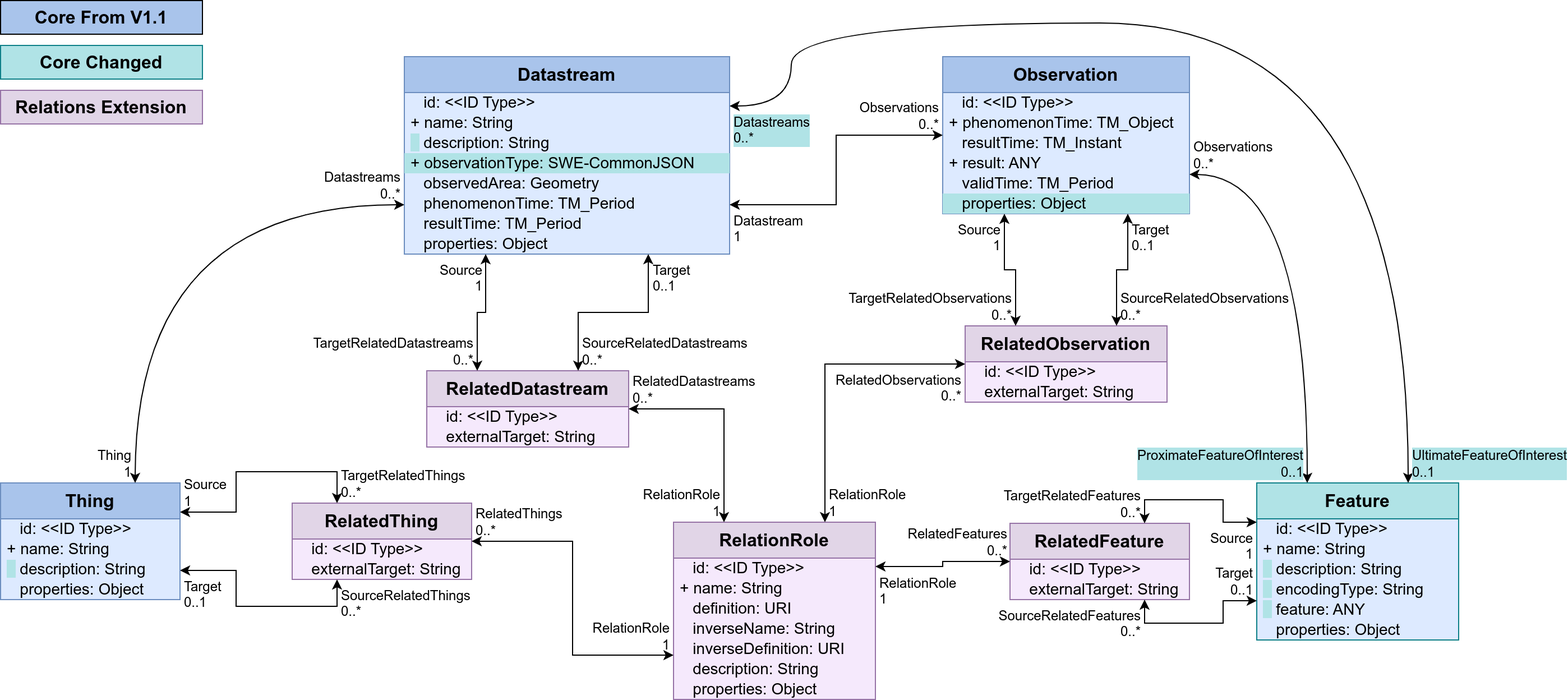
Earlier version of the draw.io export figures/Datamodel-SensorThingsApi-V2-proposal-1-Relations.drawio.png (opengeospatial/sensorthings). Source tidied: cells renumbered, new cells last; positions are measured from the earlier drawing's top-left corner, leaving out a move shared by most shapes.
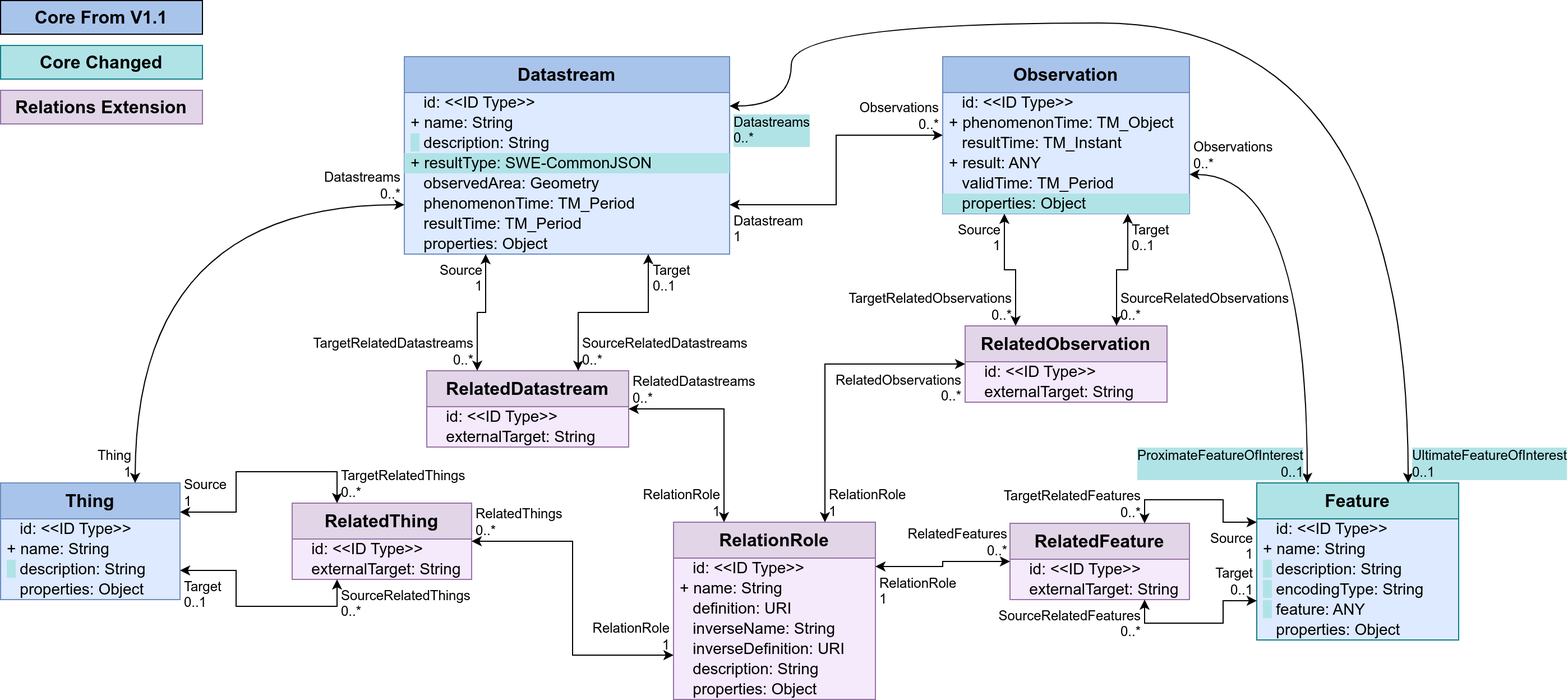
Above is the later version.

What changed in the source:
```diff
@@ -14,7 +14,7 @@
     <mxCell id="5" value="&lt;span style=&quot;background-color: rgb(176, 227, 230);&quot;&gt;&amp;nbsp; &lt;/span&gt;&amp;nbsp;description: String" style="text;strokeColor=none;fillColor=none;align=left;verticalAlign=middle;spacingLeft=4;spacingRight=4;overflow=visible;html=1;fontSize=14;" parent="2" vertex="1">
       <mxGeometry y="68" width="290" height="18" as="geometry" />
     </mxCell>
-    <mxCell id="6" value="+ observationType: SWE-CommonJSON" style="text;strokeColor=none;fillColor=#b0e3e6;align=left;verticalAlign=middle;spacingLeft=4;spacingRight=4;overflow=visible;html=1;fontSize=14;" parent="2" vertex="1">
+    <mxCell id="6" value="+ resultType: SWE-CommonJSON" style="text;strokeColor=none;fillColor=#b0e3e6;align=left;verticalAlign=middle;spacingLeft=4;spacingRight=4;overflow=visible;html=1;fontSize=14;" parent="2" vertex="1">
       <mxGeometry y="86" width="290" height="18" as="geometry" />
     </mxCell>
     <mxCell id="7" value="&amp;nbsp;&amp;nbsp;&amp;nbsp;observedArea: Geometry" style="text;strokeColor=none;fillColor=none;align=left;verticalAlign=middle;spacingLeft=4;spacingRight=4;overflow=visible;html=1;fontSize=14;" parent="2" vertex="1">
```
